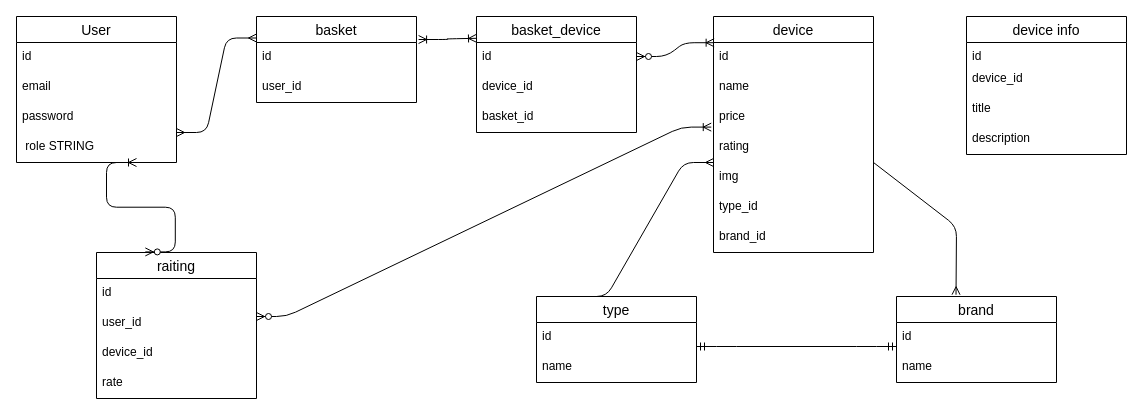
Before: server/Untitled Diagram.drawio in scarlatdenis/reactNodeFullstack_internetMagazin, a draw.io diagram. Source tidied: cells renumbered, new cells numbered last; positions are measured from the earlier drawing's top-left corner, leaving out a move shared by most shapes. Both pictures are drawn from the tidied source at 100%, with x=0, y=0 at pixel (16, 16).
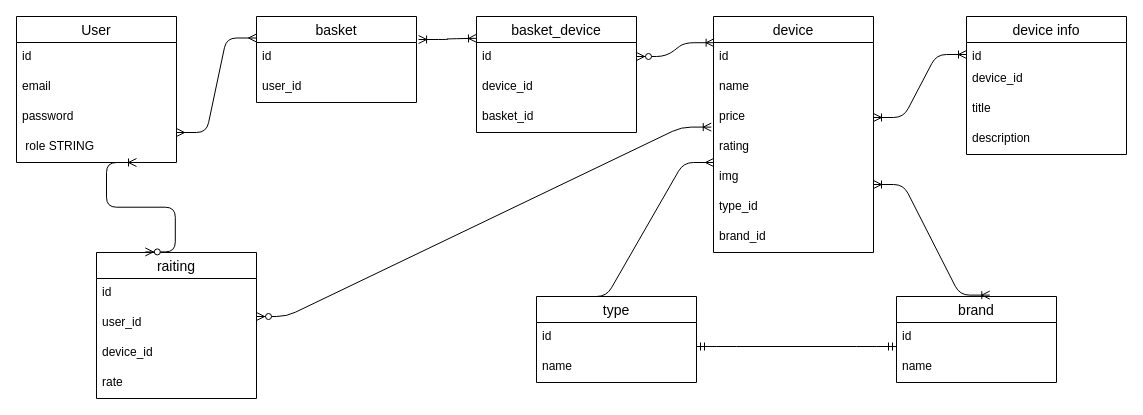
Above is the later version.

The change refers to these unchanged cells:
```xml
<mxCell id="14" value="price" style="text;strokeColor=none;fillColor=none;spacingLeft=4;spacingRight=4;overflow=hidden;points=[[0,0.5],[1,0.5]];portConstraint=eastwest;fontSize=12;" parent="11" vertex="1">
  <mxGeometry y="86" width="160" height="30" as="geometry" />
</mxCell>
<mxCell id="19" value="brand" style="swimlane;fontStyle=0;horizontal=1;startSize=26;align=center;fontSize=14;" parent="1" vertex="1">
  <mxGeometry x="880" y="280" width="160" height="86" as="geometry" />
</mxCell>
```

The edit, as a diff of the source:
```diff
@@
-    <mxCell id="26" style="fontSize=12;html=1;endArrow=ERmany;entryX=0.372;entryY=-0.021;entryDx=0;entryDy=0;entryPerimeter=0;" parent="1" edge="1" target="19">
-      <mxGeometry relative="1" as="geometry">
-        <mxPoint x="857" y="146" as="sourcePoint" />
-        <Array as="points">
-          <mxPoint x="940" y="210" />
-        </Array>
-      </mxGeometry>
-    </mxCell>
@@
+    <mxCell id="46" style="edgeStyle=entityRelationEdgeStyle;fontSize=12;html=1;endArrow=ERoneToMany;startArrow=ERoneToMany;exitX=1;exitY=0.5;exitDx=0;exitDy=0;" parent="1" edge="1" source="14">
+      <mxGeometry relative="1" as="geometry">
+        <mxPoint x="950" y="38" as="targetPoint" />
+      </mxGeometry>
+    </mxCell>
+    <mxCell id="47" style="edgeStyle=entityRelationEdgeStyle;fontSize=12;html=1;endArrow=ERoneToMany;startArrow=ERoneToMany;entryX=0.583;entryY=-0.016;entryDx=0;entryDy=0;entryPerimeter=0;" parent="1" edge="1" target="19">
+      <mxGeometry relative="1" as="geometry">
+        <mxPoint x="857" y="168" as="sourcePoint" />
+      </mxGeometry>
+    </mxCell>
```
